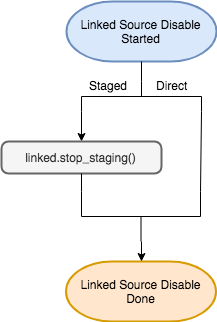
Above: docs/References/images/LinkedSourceDisable.png in delphix/virtualization-sdk (draw.io), before the change. Source tidied: cells renumbered, new cells last; positions are measured from the earlier drawing's top-left corner, leaving out a move shared by most shapes. Its diagram source:
```xml
<mxGraphModel>
  <root>
    <mxCell id="0" />
    <mxCell id="1" parent="0" />
    <mxCell id="2" value="&lt;span&gt;Linked Source Disable&lt;br&gt;Started&lt;br&gt;&lt;/span&gt;" style="strokeWidth=2;html=1;shape=mxgraph.flowchart.terminator;whiteSpace=wrap;fillColor=#dae8fc;strokeColor=#6c8ebf;" parent="1" vertex="1">
      <mxGeometry x="65" width="150" height="60" as="geometry" />
    </mxCell>
    <mxCell id="3" value="Linked Source Disable&lt;br&gt;&lt;span&gt;Done&lt;br&gt;&lt;/span&gt;" style="strokeWidth=2;html=1;shape=mxgraph.flowchart.terminator;whiteSpace=wrap;fillColor=#ffe6cc;strokeColor=#d79b00;" parent="1" vertex="1">
      <mxGeometry x="64.5" y="260" width="150" height="60" as="geometry" />
    </mxCell>
    <mxCell id="4" style="endArrow=classic;html=1;exitX=1;exitY=1;exitDx=0;exitDy=0;exitPerimeter=0;" parent="1" edge="1" source="8" target="7">
      <mxGeometry relative="1" as="geometry" />
    </mxCell>
    <mxCell id="5" value="Staged" style="text;html=1;align=left;verticalAlign=top;spacingTop=-4;" parent="1" vertex="1">
      <mxGeometry x="86" y="75" width="50" height="20" as="geometry" />
    </mxCell>
    <mxCell id="6" value="Direct" style="text;html=1;align=left;verticalAlign=top;spacingTop=-4;" parent="1" vertex="1">
      <mxGeometry x="153" y="75" width="50" height="20" as="geometry" />
    </mxCell>
    <mxCell id="7" value="linked.stop_staging()" style="rounded=1;whiteSpace=wrap;html=1;absoluteArcSize=1;arcSize=14;strokeWidth=2;fillColor=#f5f5f5;strokeColor=#666666;fontColor=#333333;" parent="1" vertex="1">
      <mxGeometry y="140" width="160" height="32" as="geometry" />
    </mxCell>
    <mxCell id="8" style="strokeWidth=1;html=1;shape=mxgraph.flowchart.annotation_2;align=left;direction=south;" parent="1" vertex="1">
      <mxGeometry x="80" y="80" width="120" height="30" as="geometry" />
    </mxCell>
    <mxCell id="9" style="strokeWidth=1;html=1;shape=mxgraph.flowchart.annotation_2;align=left;direction=north;" parent="1" vertex="1">
      <mxGeometry x="80" y="190" width="119" height="50" as="geometry" />
    </mxCell>
    <mxCell id="10" style="endArrow=none;html=1;entryX=1;entryY=0;entryDx=0;entryDy=0;entryPerimeter=0;endFill=0;" parent="1" edge="1" source="7" target="9">
      <mxGeometry relative="1" as="geometry" />
    </mxCell>
    <mxCell id="11" style="endArrow=classic;html=1;entryX=0.5;entryY=0;entryDx=0;entryDy=0;entryPerimeter=0;exitX=0;exitY=0.5;exitDx=0;exitDy=0;exitPerimeter=0;" parent="1" edge="1" source="9" target="3">
      <mxGeometry relative="1" as="geometry" />
    </mxCell>
    <mxCell id="12" style="endArrow=none;html=1;endFill=0;exitX=1;exitY=0;exitDx=0;exitDy=0;exitPerimeter=0;" parent="1" edge="1" source="8">
      <mxGeometry relative="1" as="geometry">
        <mxPoint x="199" y="190" as="targetPoint" />
      </mxGeometry>
    </mxCell>
    <mxCell id="13" style="endArrow=none;html=1;entryX=0;entryY=0.5;entryDx=0;entryDy=0;entryPerimeter=0;exitX=0.5;exitY=1;exitDx=0;exitDy=0;exitPerimeter=0;endFill=0;" parent="1" edge="1" source="2" target="8">
      <mxGeometry relative="1" as="geometry" />
    </mxCell>
  </root>
</mxGraphModel>
```
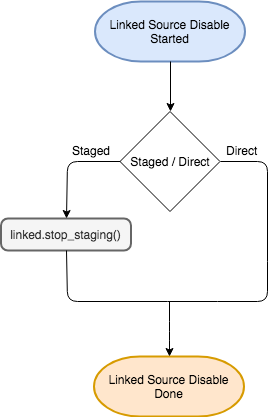
Later version of the same file.

What changed in the source:
```diff
@@ -2,43 +2,72 @@
   <root>
     <mxCell id="0" />
     <mxCell id="1" parent="0" />
-    <mxCell id="2" value="&lt;span&gt;Linked Source Disable&lt;br&gt;Started&lt;br&gt;&lt;/span&gt;" style="strokeWidth=2;html=1;shape=mxgraph.flowchart.terminator;whiteSpace=wrap;fillColor=#dae8fc;strokeColor=#6c8ebf;" parent="1" vertex="1">
-      <mxGeometry x="65" width="150" height="60" as="geometry" />
+    <mxCell id="2" value="Staged / Direct" style="strokeWidth=1;html=1;shape=mxgraph.flowchart.decision;whiteSpace=wrap;" parent="1" vertex="1">
+      <mxGeometry x="-157.5" y="690" width="100" height="100" as="geometry" />
     </mxCell>
-    <mxCell id="3" value="Linked Source Disable&lt;br&gt;&lt;span&gt;Done&lt;br&gt;&lt;/span&gt;" style="strokeWidth=2;html=1;shape=mxgraph.flowchart.terminator;whiteSpace=wrap;fillColor=#ffe6cc;strokeColor=#d79b00;" parent="1" vertex="1">
-      <mxGeometry x="64.5" y="260" width="150" height="60" as="geometry" />
+    <mxCell id="3" value="&lt;span&gt;Linked Source Disable&lt;br&gt;Started&lt;br&gt;&lt;/span&gt;" style="strokeWidth=2;html=1;shape=mxgraph.flowchart.terminator;whiteSpace=wrap;fillColor=#dae8fc;strokeColor=#6c8ebf;" parent="1" vertex="1">
+      <mxGeometry x="-182.5" y="580" width="150" height="60" as="geometry" />
     </mxCell>
-    <mxCell id="4" style="endArrow=classic;html=1;exitX=1;exitY=1;exitDx=0;exitDy=0;exitPerimeter=0;" parent="1" edge="1" source="8" target="7">
-      <mxGeometry relative="1" as="geometry" />
+    <mxCell id="4" value="Linked Source Disable&lt;br&gt;&lt;span&gt;Done&lt;br&gt;&lt;/span&gt;" style="strokeWidth=2;html=1;shape=mxgraph.flowchart.terminator;whiteSpace=wrap;fillColor=#ffe6cc;strokeColor=#d79b00;" parent="1" vertex="1">
+      <mxGeometry x="-183.5" y="935" width="150" height="60" as="geometry" />
     </mxCell>
-    <mxCell id="5" value="Staged" style="text;html=1;align=left;verticalAlign=top;spacingTop=-4;" parent="1" vertex="1">
-      <mxGeometry x="86" y="75" width="50" height="20" as="geometry" />
+    <mxCell id="5" style="endArrow=classic;html=1;exitX=0.5;exitY=1;exitDx=0;exitDy=0;exitPerimeter=0;entryX=0.5;entryY=0;entryDx=0;entryDy=0;entryPerimeter=0;" parent="1" edge="1" source="3" target="2">
+      <mxGeometry relative="1" as="geometry" />
     </mxCell>
-    <mxCell id="6" value="Direct" style="text;html=1;align=left;verticalAlign=top;spacingTop=-4;" parent="1" vertex="1">
-      <mxGeometry x="153" y="75" width="50" height="20" as="geometry" />
+    <mxCell id="6" value="Staged" style="text;html=1;align=left;verticalAlign=top;spacingTop=-4;" parent="1" vertex="1">
+      <mxGeometry x="-207.5" y="720" width="50" height="20" as="geometry" />
     </mxCell>
-    <mxCell id="7" value="linked.stop_staging()" style="rounded=1;whiteSpace=wrap;html=1;absoluteArcSize=1;arcSize=14;strokeWidth=2;fillColor=#f5f5f5;strokeColor=#666666;fontColor=#333333;" parent="1" vertex="1">
-      <mxGeometry y="140" width="160" height="32" as="geometry" />
+    <mxCell id="7" value="Direct" style="text;html=1;points=[];align=left;verticalAlign=top;spacingTop=-4;" parent="1" vertex="1">
+      <mxGeometry x="-53" y="720" width="50" height="20" as="geometry" />
     </mxCell>
-    <mxCell id="8" style="strokeWidth=1;html=1;shape=mxgraph.flowchart.annotation_2;align=left;direction=south;" parent="1" vertex="1">
-      <mxGeometry x="80" y="80" width="120" height="30" as="geometry" />
+    <mxCell id="8" value="linked.stop_staging()" style="rounded=1;whiteSpace=wrap;html=1;absoluteArcSize=1;arcSize=14;strokeWidth=2;fillColor=#f5f5f5;strokeColor=#666666;fontColor=#333333;" parent="1" vertex="1">
+      <mxGeometry x="-276.5" y="797" width="130" height="32" as="geometry" />
     </mxCell>
-    <mxCell id="9" style="strokeWidth=1;html=1;shape=mxgraph.flowchart.annotation_2;align=left;direction=north;" parent="1" vertex="1">
-      <mxGeometry x="80" y="190" width="119" height="50" as="geometry" />
+    <mxCell id="9" style="endArrow=classic;html=1;entryX=0.5;entryY=0;entryDx=0;entryDy=0;entryPerimeter=0;" parent="1" edge="1" target="4">
+      <mxGeometry relative="1" as="geometry">
+        <mxPoint x="-108" y="880" as="sourcePoint" />
+        <Array as="points">
+          <mxPoint x="-108" y="910" />
+        </Array>
+      </mxGeometry>
     </mxCell>
-    <mxCell id="10" style="endArrow=none;html=1;entryX=1;entryY=0;entryDx=0;entryDy=0;entryPerimeter=0;endFill=0;" parent="1" edge="1" source="7" target="9">
-      <mxGeometry relative="1" as="geometry" />
+    <mxCell id="10" style="endArrow=classic;html=1;exitX=0;exitY=0.5;exitDx=0;exitDy=0;exitPerimeter=0;entryX=0.5;entryY=0;entryDx=0;entryDy=0;" parent="1" edge="1" source="2" target="8">
+      <mxGeometry relative="1" as="geometry">
+        <Array as="points">
+          <mxPoint x="-210" y="740" />
+        </Array>
+      </mxGeometry>
     </mxCell>
-    <mxCell id="11" style="endArrow=classic;html=1;entryX=0.5;entryY=0;entryDx=0;entryDy=0;entryPerimeter=0;exitX=0;exitY=0.5;exitDx=0;exitDy=0;exitPerimeter=0;" parent="1" edge="1" source="9" target="3">
-      <mxGeometry relative="1" as="geometry" />
+    <mxCell id="11" style="endArrow=none;html=1;exitX=1;exitY=0.5;exitDx=0;exitDy=0;exitPerimeter=0;endFill=0;" parent="1" edge="1" source="2">
+      <mxGeometry relative="1" as="geometry">
+        <mxPoint x="-10" y="840" as="targetPoint" />
+        <Array as="points">
+          <mxPoint x="-10" y="740" />
+        </Array>
+      </mxGeometry>
     </mxCell>
-    <mxCell id="12" style="endArrow=none;html=1;endFill=0;exitX=1;exitY=0;exitDx=0;exitDy=0;exitPerimeter=0;" parent="1" edge="1" source="8">
+    <mxCell id="12" style="endArrow=none;html=1;exitX=0.5;exitY=1;exitDx=0;exitDy=0;endFill=0;" parent="1" edge="1" source="8">
       <mxGeometry relative="1" as="geometry">
-        <mxPoint x="199" y="190" as="targetPoint" />
+        <mxPoint x="-110" y="880" as="targetPoint" />
+        <Array as="points">
+          <mxPoint x="-210" y="880" />
+        </Array>
       </mxGeometry>
     </mxCell>
-    <mxCell id="13" style="endArrow=none;html=1;entryX=0;entryY=0.5;entryDx=0;entryDy=0;entryPerimeter=0;exitX=0.5;exitY=1;exitDx=0;exitDy=0;exitPerimeter=0;endFill=0;" parent="1" edge="1" source="2" target="8">
-      <mxGeometry relative="1" as="geometry" />
+    <mxCell id="13" style="endArrow=none;html=1;endFill=0;" parent="1" edge="1">
+      <mxGeometry relative="1" as="geometry">
+        <mxPoint x="-110" y="880" as="sourcePoint" />
+        <mxPoint x="-60" y="880" as="targetPoint" />
+      </mxGeometry>
     </mxCell>
+    <mxCell id="14" style="endArrow=none;html=1;endFill=0;" parent="1" edge="1">
+      <mxGeometry relative="1" as="geometry">
+        <mxPoint x="-10" y="840" as="sourcePoint" />
+        <mxPoint x="-60" y="880" as="targetPoint" />
+        <Array as="points">
+          <mxPoint x="-10" y="880" />
+        </Array>
+      </mxGeometry>
+    </mxCell>
   </root>
 </mxGraphModel>
```
